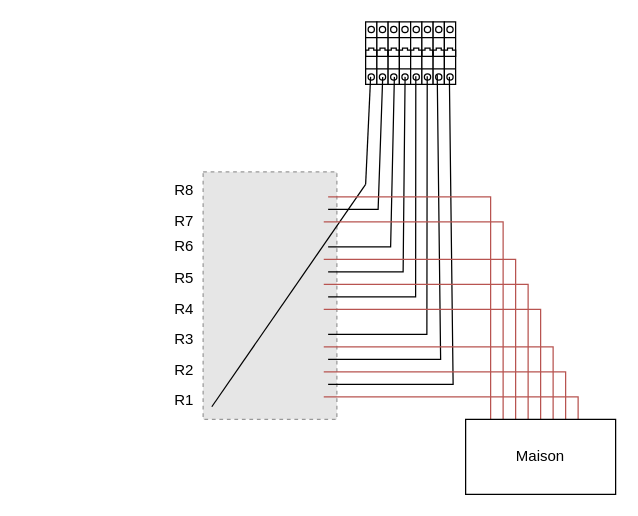
Before: Diagramme sans nom.drawio in MicheLeVeilleur/Ancy, a draw.io diagram. Source tidied: cells renumbered, new cells numbered last; positions are measured from the earlier drawing's top-left corner, leaving out a move shared by most shapes. Both pictures are drawn from the tidied source at 125%, with x=0, y=0 at pixel (146, 21). Pictures stored in the file or linked from it are replaced by grey dashed boxes.
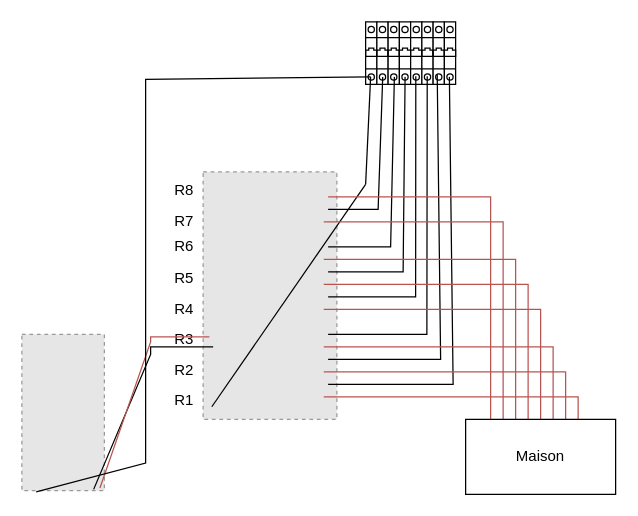
The same diagram, later.

Commit message:
Mettre à jour Diagramme sans nom.drawio

The change refers to these unchanged cells:
```xml
<mxCell id="32" value="R3" style="text;html=1;strokeColor=none;fillColor=none;align=center;verticalAlign=middle;whiteSpace=wrap;rounded=0;" parent="1" vertex="1">
  <mxGeometry x="10" y="245" width="40" height="18" as="geometry" />
</mxCell>
```

What changed in the source:
```diff
@@
+    <mxCell id="38" style="fillColor=#E6E6E6;strokeColor=#999999;dashed=1;verticalLabelPosition=bottom;verticalAlign=top;" parent="1" vertex="1">
+      <mxGeometry x="-100" y="250" width="66" height="125" as="geometry" />
+    </mxCell>
+    <mxCell id="39" style="endArrow=none;html=1;rounded=0;exitX=0.87;exitY=0.992;exitDx=0;exitDy=0;exitPerimeter=0;" parent="1" edge="1" source="38">
+      <mxGeometry relative="1" as="geometry">
+        <mxPoint x="53" y="260" as="targetPoint" />
+        <Array as="points">
+          <mxPoint x="3" y="266" />
+          <mxPoint x="3" y="260" />
+        </Array>
+      </mxGeometry>
+    </mxCell>
+    <mxCell id="40" style="endArrow=none;html=1;rounded=0;fillColor=#f8cecc;strokeColor=#b85450;exitX=0.946;exitY=0.983;exitDx=0;exitDy=0;exitPerimeter=0;entryX=1;entryY=0.389;entryDx=0;entryDy=0;entryPerimeter=0;" parent="1" edge="1" source="38" target="32">
+      <mxGeometry relative="1" as="geometry">
+        <Array as="points">
+          <mxPoint x="3" y="256" />
+          <mxPoint x="3" y="252" />
+        </Array>
+      </mxGeometry>
+    </mxCell>
+    <mxCell id="41" style="endArrow=none;html=1;rounded=0;exitX=0.174;exitY=1.008;exitDx=0;exitDy=0;exitPerimeter=0;" parent="1" edge="1" source="38">
+      <mxGeometry relative="1" as="geometry">
+        <mxPoint x="179" y="44" as="targetPoint" />
+        <Array as="points">
+          <mxPoint x="-1" y="353" />
+          <mxPoint x="-1" y="46" />
+        </Array>
+      </mxGeometry>
+    </mxCell>
```
